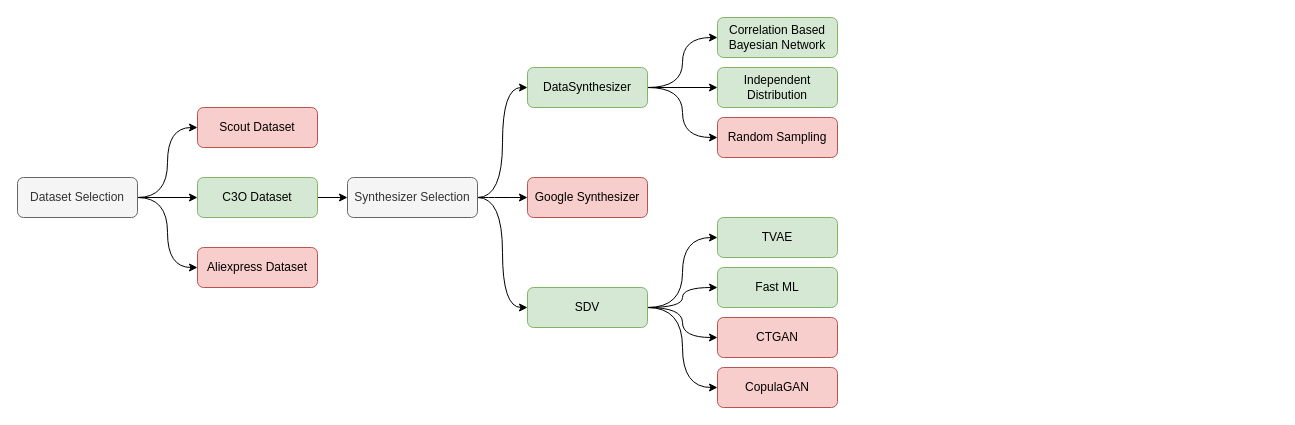
Earlier version of the draw.io diagram charts/flowchart.drawio (bodejan/differential-privacy-for-runtime-data). Source tidied: cells renumbered, new cells numbered last; positions are measured from the earlier drawing's top-left corner, leaving out a move shared by most shapes. Both pictures are drawn from the tidied source at 100%, with x=0, y=0 at pixel (17, 17).
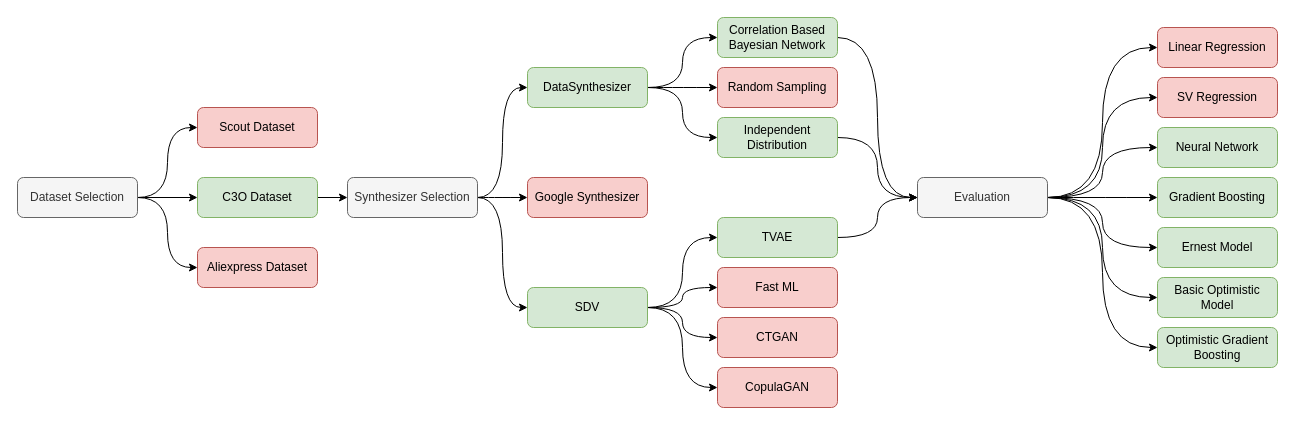
The same diagram, later.

Unchanged cells that the change refers to:
```xml
<mxCell id="5" value="DataSynthesizer" style="rounded=1;whiteSpace=wrap;html=1;fontSize=12;glass=0;strokeWidth=1;shadow=0;fillColor=#d5e8d4;strokeColor=#82b366;" parent="1" vertex="1">
  <mxGeometry x="510" y="50" width="120" height="40" as="geometry" />
</mxCell>
<mxCell id="16" value="TVAE" style="rounded=1;whiteSpace=wrap;html=1;fontSize=12;glass=0;strokeWidth=1;shadow=0;fillColor=#d5e8d4;strokeColor=#82b366;" parent="1" vertex="1">
  <mxGeometry x="700" y="200" width="120" height="40" as="geometry" />
</mxCell>
<mxCell id="18" value="Correlation Based Bayesian Network" style="rounded=1;whiteSpace=wrap;html=1;fontSize=12;glass=0;strokeWidth=1;shadow=0;fillColor=#d5e8d4;strokeColor=#82b366;" parent="1" vertex="1">
  <mxGeometry x="700" width="120" height="40" as="geometry" />
</mxCell>
```

What changed in the source:
```diff
@@
-    <mxCell id="3" style="edgeStyle=orthogonalEdgeStyle;rounded=0;jettySize=auto;html=1;entryX=0;entryY=0.5;entryDx=0;entryDy=0;" parent="1" edge="1" source="5" target="19">
+    <mxCell id="3" style="edgeStyle=orthogonalEdgeStyle;rounded=0;jettySize=auto;html=1;entryX=0;entryY=0.5;entryDx=0;entryDy=0;curved=1;" parent="1" edge="1" source="5" target="19">
       <mxGeometry relative="1" as="geometry" />
     </mxCell>
@@
+    <mxCell id="31" style="edgeStyle=orthogonalEdgeStyle;rounded=0;jettySize=auto;html=1;entryX=0;entryY=0.5;entryDx=0;entryDy=0;curved=1;" parent="1" edge="1" source="16" target="41">
+      <mxGeometry relative="1" as="geometry" />
+    </mxCell>
@@
-    <mxCell id="17" value="Fast ML" style="rounded=1;whiteSpace=wrap;html=1;fontSize=12;glass=0;strokeWidth=1;shadow=0;fillColor=#d5e8d4;strokeColor=#82b366;" parent="1" vertex="1">
+    <mxCell id="17" value="Fast ML" style="rounded=1;whiteSpace=wrap;html=1;fontSize=12;glass=0;strokeWidth=1;shadow=0;fillColor=#f8cecc;strokeColor=#b85450;" parent="1" vertex="1">
       <mxGeometry x="700" y="250" width="120" height="40" as="geometry" />
     </mxCell>
+    <mxCell id="32" style="edgeStyle=orthogonalEdgeStyle;rounded=0;jettySize=auto;html=1;entryX=0;entryY=0.5;entryDx=0;entryDy=0;curved=1;" parent="1" edge="1" source="18" target="41">
+      <mxGeometry relative="1" as="geometry" />
+    </mxCell>
@@
+    <mxCell id="33" style="edgeStyle=orthogonalEdgeStyle;rounded=0;jettySize=auto;html=1;entryX=0;entryY=0.5;entryDx=0;entryDy=0;curved=1;" parent="1" edge="1" source="19" target="41">
+      <mxGeometry relative="1" as="geometry" />
+    </mxCell>
     <mxCell id="19" value="Independent Distribution" style="rounded=1;whiteSpace=wrap;html=1;fontSize=12;glass=0;strokeWidth=1;shadow=0;fillColor=#d5e8d4;strokeColor=#82b366;" parent="1" vertex="1">
-      <mxGeometry x="700" y="50" width="120" height="40" as="geometry" />
+      <mxGeometry x="700" y="100" width="120" height="40" as="geometry" />
     </mxCell>
@@
     <mxCell id="28" value="Random Sampling" style="rounded=1;whiteSpace=wrap;html=1;fontSize=12;glass=0;strokeWidth=1;shadow=0;fillColor=#f8cecc;strokeColor=#b85450;" parent="1" vertex="1">
-      <mxGeometry x="700" y="100" width="120" height="40" as="geometry" />
+      <mxGeometry x="700" y="50" width="120" height="40" as="geometry" />
     </mxCell>
@@
+    <mxCell id="34" style="edgeStyle=orthogonalEdgeStyle;rounded=0;jettySize=auto;html=1;entryX=0;entryY=0.5;entryDx=0;entryDy=0;curved=1;" parent="1" edge="1" source="41" target="44">
+      <mxGeometry relative="1" as="geometry" />
+    </mxCell>
+    <mxCell id="35" style="edgeStyle=orthogonalEdgeStyle;rounded=0;jettySize=auto;html=1;entryX=0;entryY=0.5;entryDx=0;entryDy=0;curved=1;" parent="1" edge="1" source="41" target="43">
+      <mxGeometry relative="1" as="geometry" />
+    </mxCell>
+    <mxCell id="36" style="edgeStyle=orthogonalEdgeStyle;rounded=0;jettySize=auto;html=1;entryX=0;entryY=0.5;entryDx=0;entryDy=0;curved=1;" parent="1" edge="1" source="41" target="42">
+      <mxGeometry relative="1" as="geometry" />
+    </mxCell>
+    <mxCell id="37" style="edgeStyle=orthogonalEdgeStyle;rounded=0;jettySize=auto;html=1;entryX=0;entryY=0.5;entryDx=0;entryDy=0;curved=1;" parent="1" edge="1" source="41" target="45">
+      <mxGeometry relative="1" as="geometry" />
+    </mxCell>
+    <mxCell id="38" style="edgeStyle=orthogonalEdgeStyle;rounded=0;jettySize=auto;html=1;entryX=0;entryY=0.5;entryDx=0;entryDy=0;curved=1;" parent="1" edge="1" source="41" target="46">
+      <mxGeometry relative="1" as="geometry" />
+    </mxCell>
+    <mxCell id="39" style="edgeStyle=orthogonalEdgeStyle;rounded=0;jettySize=auto;html=1;entryX=0;entryY=0.5;entryDx=0;entryDy=0;curved=1;" parent="1" edge="1" source="41" target="47">
+      <mxGeometry relative="1" as="geometry" />
+    </mxCell>
+    <mxCell id="40" style="edgeStyle=orthogonalEdgeStyle;rounded=0;jettySize=auto;html=1;entryX=0;entryY=0.5;entryDx=0;entryDy=0;curved=1;" parent="1" edge="1" source="41" target="48">
+      <mxGeometry relative="1" as="geometry" />
+    </mxCell>
+    <mxCell id="41" value="Evaluation" style="rounded=1;whiteSpace=wrap;html=1;fontSize=12;glass=0;strokeWidth=1;shadow=0;fillColor=#f5f5f5;strokeColor=#666666;fontColor=#333333;" parent="1" vertex="1">
+      <mxGeometry x="900" y="160" width="130" height="40" as="geometry" />
+    </mxCell>
+    <mxCell id="42" value="Neural Network" style="rounded=1;whiteSpace=wrap;html=1;fontSize=12;glass=0;strokeWidth=1;shadow=0;fillColor=#d5e8d4;strokeColor=#82b366;" parent="1" vertex="1">
+      <mxGeometry x="1140" y="110" width="120" height="40" as="geometry" />
+    </mxCell>
+    <mxCell id="43" value="SV Regression" style="rounded=1;whiteSpace=wrap;html=1;fontSize=12;glass=0;strokeWidth=1;shadow=0;fillColor=#f8cecc;strokeColor=#b85450;" parent="1" vertex="1">
+      <mxGeometry x="1140" y="60" width="120" height="40" as="geometry" />
+    </mxCell>
+    <mxCell id="44" value="Linear Regression" style="rounded=1;whiteSpace=wrap;html=1;fontSize=12;glass=0;strokeWidth=1;shadow=0;fillColor=#f8cecc;strokeColor=#b85450;" parent="1" vertex="1">
+      <mxGeometry x="1140" y="10" width="120" height="40" as="geometry" />
+    </mxCell>
+    <mxCell id="45" value="Gradient Boosting" style="rounded=1;whiteSpace=wrap;html=1;fontSize=12;glass=0;strokeWidth=1;shadow=0;fillColor=#d5e8d4;strokeColor=#82b366;" parent="1" vertex="1">
+      <mxGeometry x="1140" y="160" width="120" height="40" as="geometry" />
+    </mxCell>
+    <mxCell id="46" value="Ernest Model" style="rounded=1;whiteSpace=wrap;html=1;fontSize=12;glass=0;strokeWidth=1;shadow=0;fillColor=#d5e8d4;strokeColor=#82b366;" parent="1" vertex="1">
+      <mxGeometry x="1140" y="210" width="120" height="40" as="geometry" />
+    </mxCell>
+    <mxCell id="47" value="Basic Optimistic Model" style="rounded=1;whiteSpace=wrap;html=1;fontSize=12;glass=0;strokeWidth=1;shadow=0;fillColor=#d5e8d4;strokeColor=#82b366;" parent="1" vertex="1">
+      <mxGeometry x="1140" y="260" width="120" height="40" as="geometry" />
+    </mxCell>
+    <mxCell id="48" value="Optimistic Gradient Boosting" style="rounded=1;whiteSpace=wrap;html=1;fontSize=12;glass=0;strokeWidth=1;shadow=0;fillColor=#d5e8d4;strokeColor=#82b366;" parent="1" vertex="1">
+      <mxGeometry x="1140" y="310" width="120" height="40" as="geometry" />
+    </mxCell>
```
